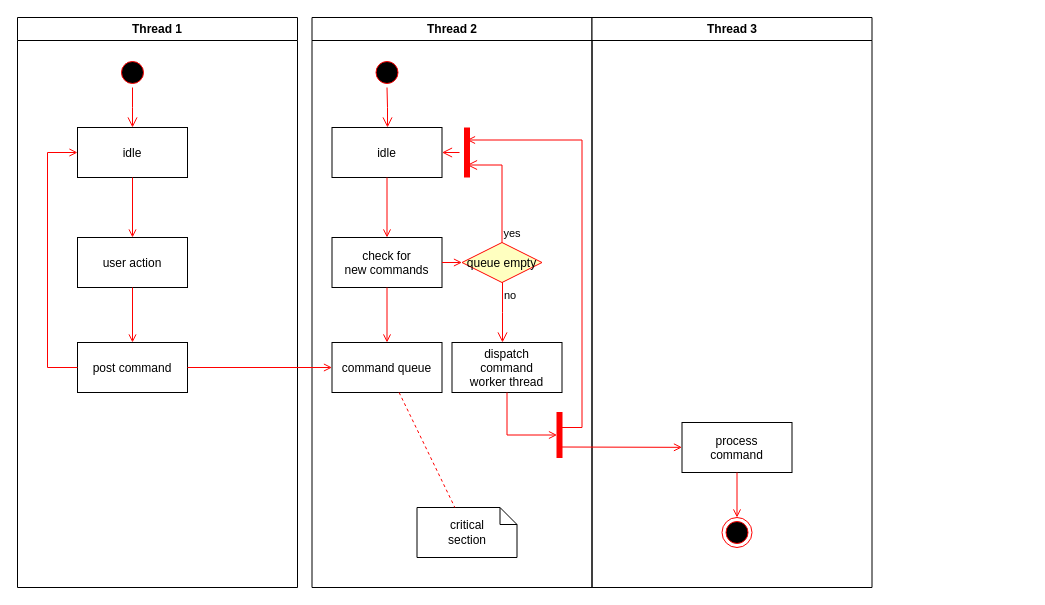
This is UML Diagram.drawio from software-students-spring2025/1-specification-exercise-the-wireframers, a draw.io file, before an edit. Source tidied: cells renumbered, new cells numbered last; positions are measured from the earlier drawing's top-left corner, leaving out a move shared by most shapes. Both pictures are drawn from the tidied source at 100%, with x=0, y=0 at pixel (17, 17).
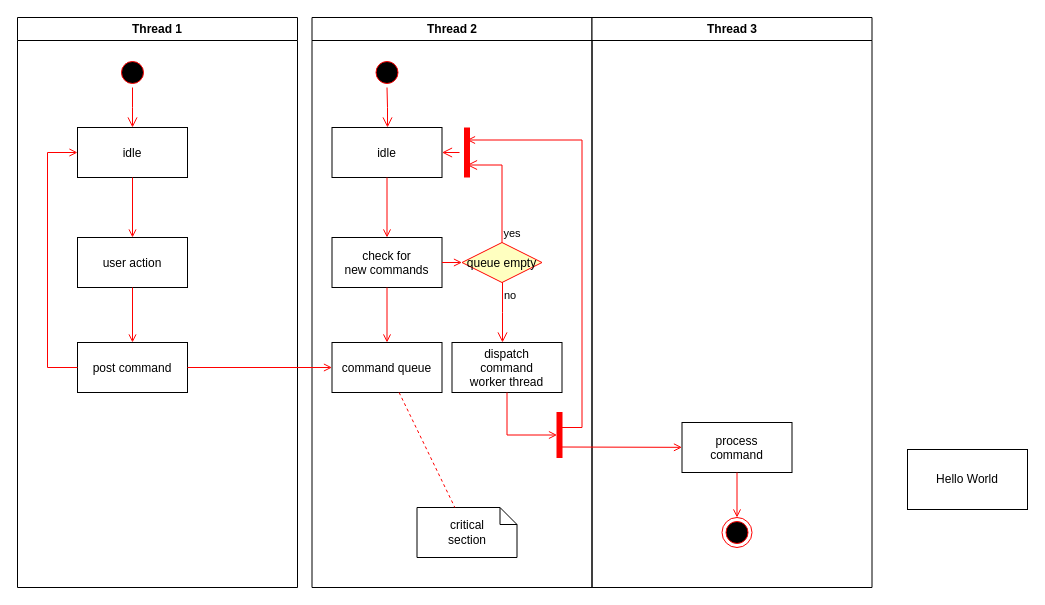
The same page after the edit.

Commit message:
Johnny Ding

What changed in the source:
```diff
@@
+    <mxCell id="37" value="Hello World" style="rounded=0;whiteSpace=wrap;html=1;" parent="1" vertex="1">
+      <mxGeometry x="890" y="432" width="120" height="60" as="geometry" />
+    </mxCell>
```
